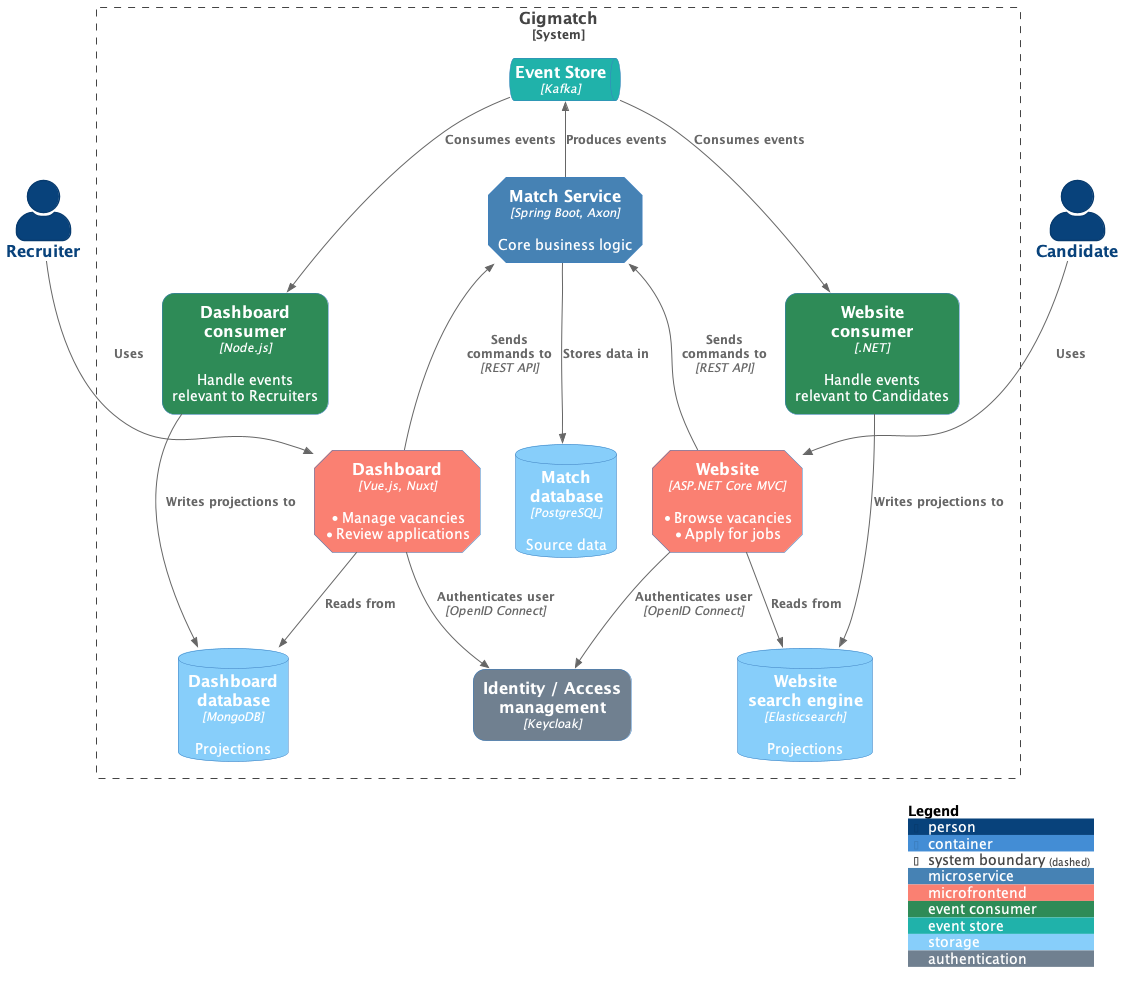
laurens-runnable/gigmatch keeps this PlantUML diagram as diagrams/overview.png. Above is the earlier version.
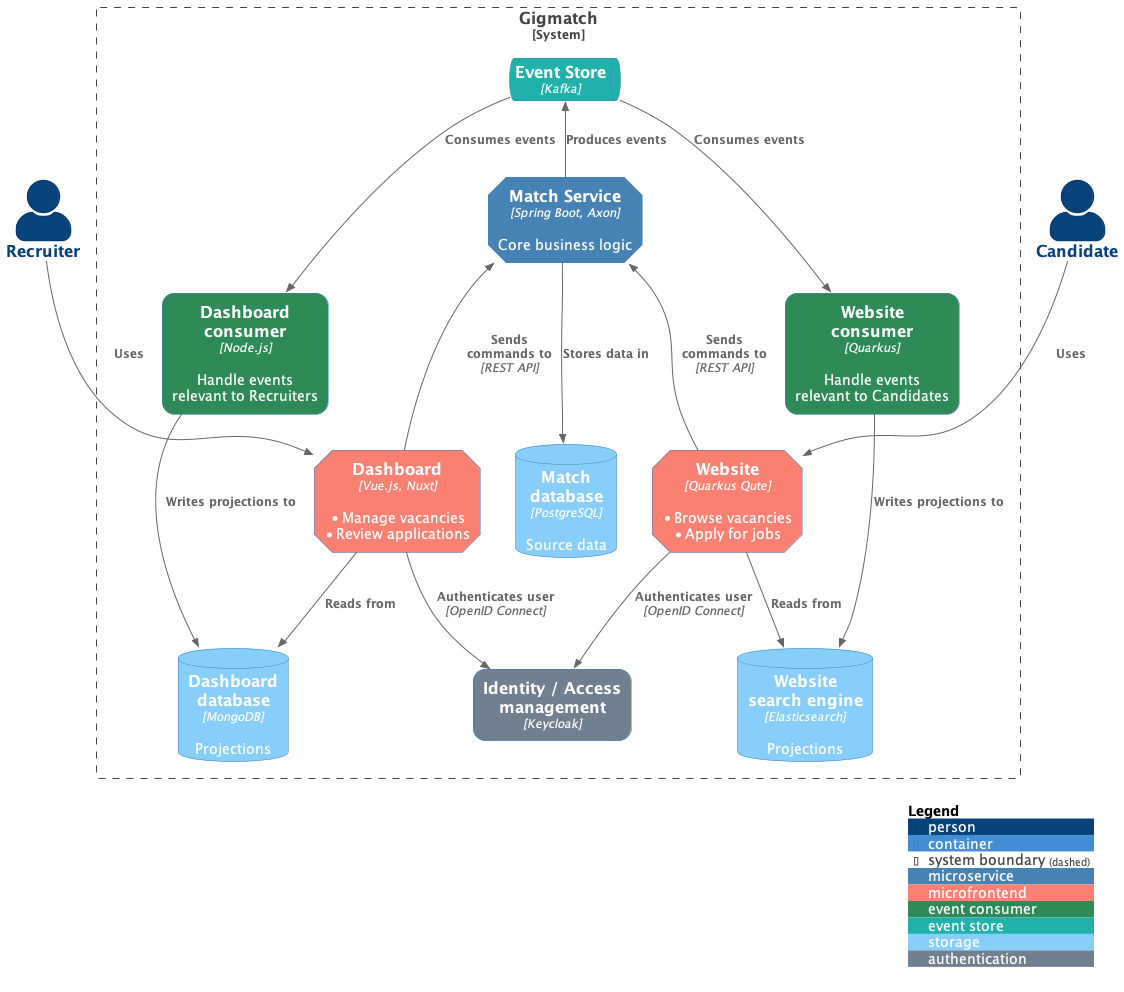
After the change.

The edit, as a diff of the source:
```diff
@@ -23,8 +23,8 @@
     Container(match_service, "Match Service", "Spring Boot, Axon", "Core business logic", $tags = "microservice")
     ContainerDb(match_db, "Match\ndatabase", "PostgreSQL", "Source data", $tags = "storage")
 
-    Container(website_consumer, "Website\nconsumer", ".NET", "Handle events\nrelevant to Candidates", $tags = "consumer")
-    Container(website, "Website", "ASP.NET Core MVC", "* Browse vacancies\n*Apply for jobs", $tags = "microfrontend")
+    Container(website_consumer, "Website\nconsumer", "Quarkus", "Handle events\nrelevant to Candidates", $tags = "consumer")
+    Container(website, "Website", "Quarkus Qute", "* Browse vacancies\n*Apply for jobs", $tags = "microfrontend")
     ContainerDb(vacancy_search_engine, "Website\nsearch engine", "Elasticsearch", "Projections", $tags = "storage")
 
     Container(keycloak, "Identity / Access\nmanagement", "Keycloak", $tags = "authentication")
```
